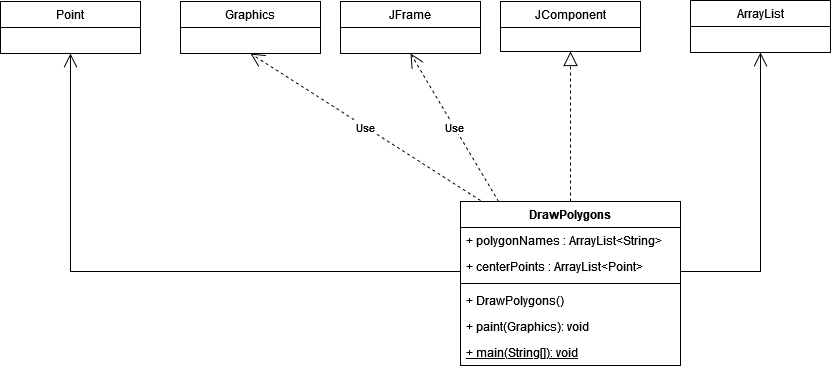
Above: src/Step0/OOPD 3 step 0 class.drawio.png in ChangIkJoong/block03exercise (draw.io), before the change. Source tidied: cells renumbered, new cells last; positions are measured from the earlier drawing's top-left corner, leaving out a move shared by most shapes.
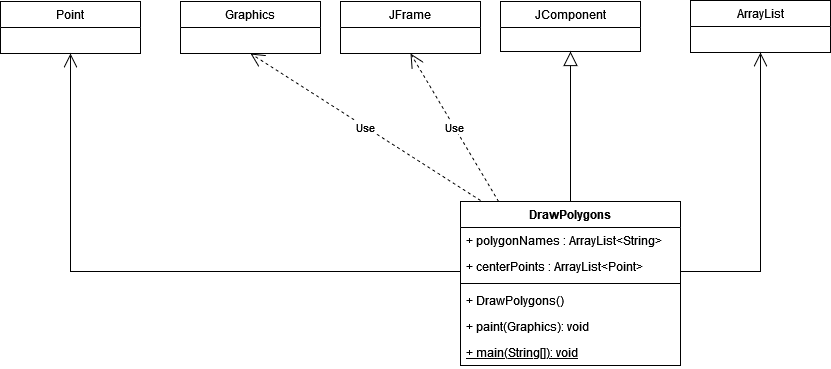
The same diagram one commit later.

The edit, as a diff of the source:
```diff
@@ -35,7 +35,7 @@
     <mxCell id="12" value="Graphics" style="swimlane;fontStyle=0;horizontal=1;startSize=26;fillColor=none;" parent="1" vertex="1">
       <mxGeometry x="180" y="1" width="140" height="52" as="geometry" />
     </mxCell>
-    <mxCell id="13" style="endArrow=block;dashed=1;endFill=0;endSize=12;html=1;rounded=0;entryX=0.5;entryY=1;entryDx=0;entryDy=0;exitX=0.5;exitY=0;exitDx=0;exitDy=0;" parent="1" edge="1" source="2" target="10">
+    <mxCell id="13" style="endArrow=block;endFill=0;endSize=12;html=1;rounded=0;entryX=0.5;entryY=1;entryDx=0;entryDy=0;exitX=0.5;exitY=0;exitDx=0;exitDy=0;" parent="1" edge="1" source="2" target="10">
       <mxGeometry relative="1" as="geometry" />
     </mxCell>
     <mxCell id="14" value="Use" style="endArrow=open;endSize=12;dashed=1;html=1;rounded=0;entryX=0.5;entryY=1;entryDx=0;entryDy=0;exitX=0.173;exitY=0;exitDx=0;exitDy=0;exitPerimeter=0;" parent="1" edge="1" source="2" target="11">
```
